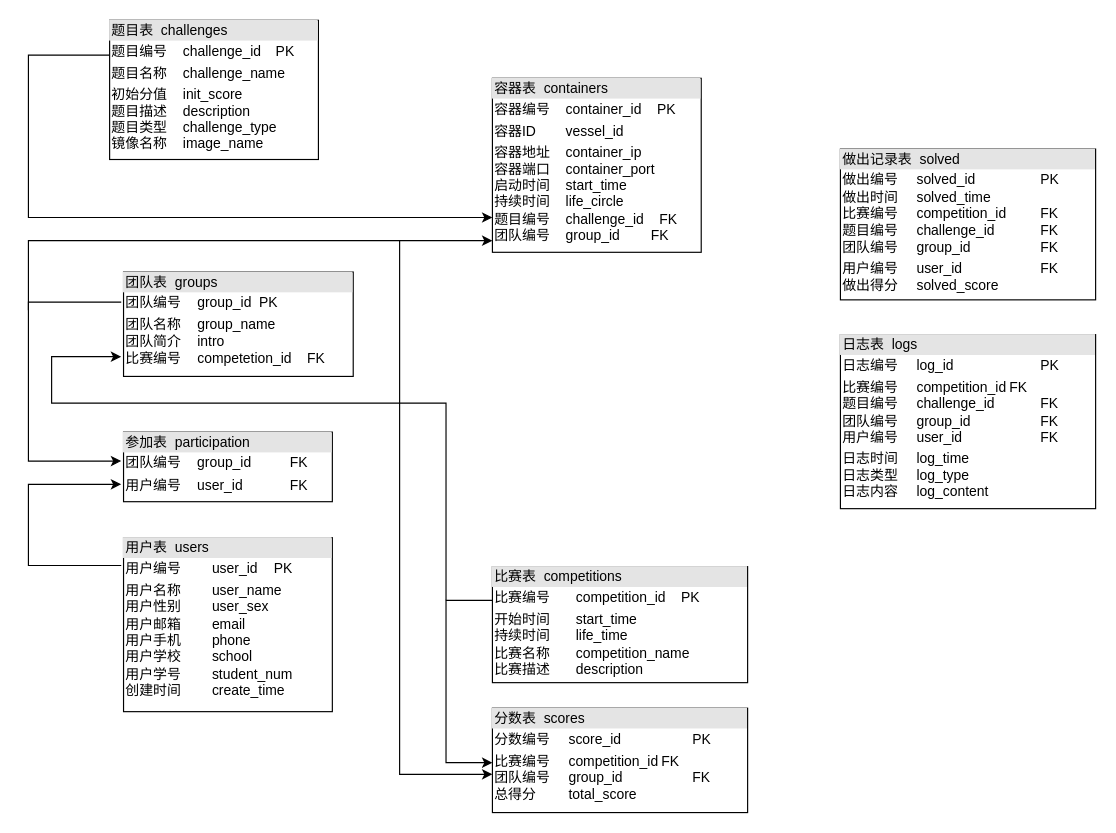
Above: doc/CTFe-DatabaseUML.drawio in Fangnan700/CTFe (draw.io), before the change. Source tidied: cells renumbered, new cells numbered last; positions are measured from the earlier drawing's top-left corner, leaving out a move shared by most shapes. Both pictures are drawn from the tidied source at 116%, with x=0, y=0 at pixel (28, 20).
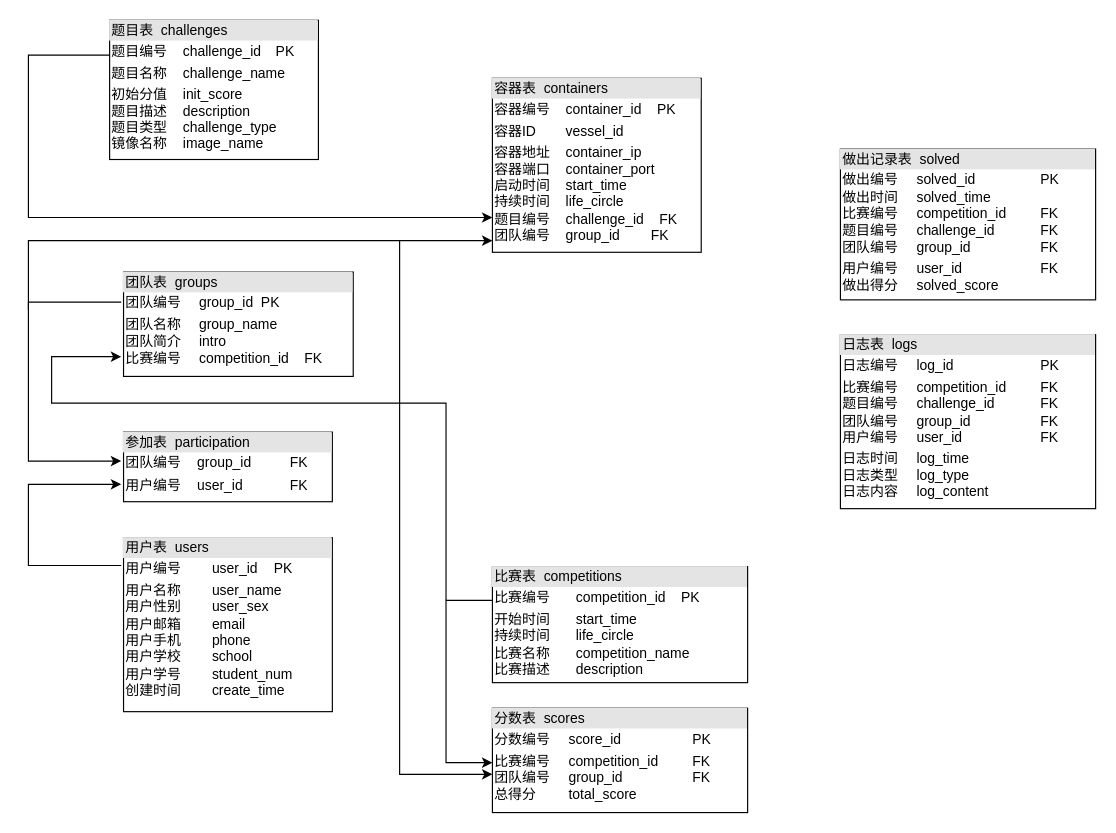
Above is the later version.

Diff of the diagram source:
```diff
@@
-    <mxCell id="4" value="&lt;div style=&quot;box-sizing:border-box;width:100%;background:#e4e4e4;padding:2px;&quot;&gt;比赛表&amp;nbsp; competitions&lt;br&gt;&lt;/div&gt;&lt;table style=&quot;width:100%;font-size:1em;&quot; cellpadding=&quot;2&quot; cellspacing=&quot;0&quot;&gt;&lt;tbody&gt;&lt;tr&gt;&lt;td&gt;比赛编号&lt;/td&gt;&lt;td&gt;competition_id&lt;span style=&quot;&quot;&gt;&lt;span style=&quot;&quot;&gt;&amp;nbsp;&amp;nbsp;&amp;nbsp;&amp;nbsp;&lt;/span&gt;&lt;/span&gt;PK&lt;/td&gt;&lt;/tr&gt;&lt;tr&gt;&lt;td&gt;开始时间&lt;br&gt;持续时间&lt;br&gt;比赛名称&lt;br&gt;比赛描述&lt;/td&gt;&lt;td&gt;start_time&lt;br&gt;life_time&lt;br&gt;competition_name&lt;br&gt;description&lt;br&gt;&lt;/td&gt;&lt;/tr&gt;&lt;tr&gt;&lt;td&gt;&lt;/td&gt;&lt;td&gt;&lt;br&gt;&lt;/td&gt;&lt;/tr&gt;&lt;/tbody&gt;&lt;/table&gt;" style="verticalAlign=top;align=left;overflow=fill;html=1;whiteSpace=wrap;" parent="1" vertex="1">
+    <mxCell id="4" value="&lt;div style=&quot;box-sizing:border-box;width:100%;background:#e4e4e4;padding:2px;&quot;&gt;比赛表&amp;nbsp; competitions&lt;br&gt;&lt;/div&gt;&lt;table style=&quot;width:100%;font-size:1em;&quot; cellpadding=&quot;2&quot; cellspacing=&quot;0&quot;&gt;&lt;tbody&gt;&lt;tr&gt;&lt;td&gt;比赛编号&lt;/td&gt;&lt;td&gt;competition_id&lt;span style=&quot;&quot;&gt;&lt;span style=&quot;&quot;&gt;&amp;nbsp;&amp;nbsp;&amp;nbsp;&amp;nbsp;&lt;/span&gt;&lt;/span&gt;PK&lt;/td&gt;&lt;/tr&gt;&lt;tr&gt;&lt;td&gt;开始时间&lt;br&gt;持续时间&lt;br&gt;比赛名称&lt;br&gt;比赛描述&lt;/td&gt;&lt;td&gt;start_time&lt;br&gt;life_circle&lt;br&gt;competition_name&lt;br&gt;description&lt;br&gt;&lt;/td&gt;&lt;/tr&gt;&lt;tr&gt;&lt;td&gt;&lt;/td&gt;&lt;td&gt;&lt;br&gt;&lt;/td&gt;&lt;/tr&gt;&lt;/tbody&gt;&lt;/table&gt;" style="verticalAlign=top;align=left;overflow=fill;html=1;whiteSpace=wrap;" parent="1" vertex="1">
       <mxGeometry x="400" y="471" width="220" height="100" as="geometry" />
     </mxCell>
@@
-    <mxCell id="6" value="&lt;div style=&quot;box-sizing:border-box;width:100%;background:#e4e4e4;padding:2px;&quot;&gt;团队表&amp;nbsp; groups&lt;/div&gt;&lt;table style=&quot;width:100%;font-size:1em;&quot; cellpadding=&quot;2&quot; cellspacing=&quot;0&quot;&gt;&lt;tbody&gt;&lt;tr&gt;&lt;td&gt;团队编号&lt;/td&gt;&lt;td&gt;group_id&lt;span style=&quot;white-space: pre;&quot;&gt;&#9;&lt;/span&gt;PK&lt;/td&gt;&lt;/tr&gt;&lt;tr&gt;&lt;td&gt;团队名称&lt;br&gt;团队简介&lt;br&gt;比赛编号&lt;/td&gt;&lt;td&gt;group_name&lt;br&gt;intro&lt;br&gt;competetion_id&amp;nbsp; &amp;nbsp; FK&lt;/td&gt;&lt;/tr&gt;&lt;tr&gt;&lt;td&gt;&lt;/td&gt;&lt;td&gt;&lt;br&gt;&lt;/td&gt;&lt;/tr&gt;&lt;/tbody&gt;&lt;/table&gt;" style="verticalAlign=top;align=left;overflow=fill;html=1;whiteSpace=wrap;" parent="1" vertex="1">
+    <mxCell id="6" value="&lt;div style=&quot;box-sizing:border-box;width:100%;background:#e4e4e4;padding:2px;&quot;&gt;团队表&amp;nbsp; groups&lt;/div&gt;&lt;table style=&quot;width:100%;font-size:1em;&quot; cellpadding=&quot;2&quot; cellspacing=&quot;0&quot;&gt;&lt;tbody&gt;&lt;tr&gt;&lt;td&gt;团队编号&lt;/td&gt;&lt;td&gt;group_id&lt;span style=&quot;white-space: pre;&quot;&gt;&#9;&lt;/span&gt;PK&lt;/td&gt;&lt;/tr&gt;&lt;tr&gt;&lt;td&gt;团队名称&lt;br&gt;团队简介&lt;br&gt;比赛编号&lt;/td&gt;&lt;td&gt;group_name&lt;br&gt;intro&lt;br&gt;competition_id&amp;nbsp; &amp;nbsp; FK&lt;/td&gt;&lt;/tr&gt;&lt;tr&gt;&lt;td&gt;&lt;/td&gt;&lt;td&gt;&lt;br&gt;&lt;/td&gt;&lt;/tr&gt;&lt;/tbody&gt;&lt;/table&gt;" style="verticalAlign=top;align=left;overflow=fill;html=1;whiteSpace=wrap;" parent="1" vertex="1">
       <mxGeometry x="82" y="217" width="198" height="90" as="geometry" />
     </mxCell>
@@
-    <mxCell id="8" value="&lt;div style=&quot;box-sizing:border-box;width:100%;background:#e4e4e4;padding:2px;&quot;&gt;日志表&amp;nbsp; logs&lt;/div&gt;&lt;table style=&quot;width:100%;font-size:1em;&quot; cellpadding=&quot;2&quot; cellspacing=&quot;0&quot;&gt;&lt;tbody&gt;&lt;tr&gt;&lt;td&gt;日志编号&lt;/td&gt;&lt;td&gt;log_id&lt;span style=&quot;white-space: pre;&quot;&gt;&#9;&lt;span style=&quot;white-space: pre;&quot;&gt;&#9;&lt;/span&gt;&lt;span style=&quot;white-space: pre;&quot;&gt;&#9;&lt;/span&gt;&lt;/span&gt;PK&lt;/td&gt;&lt;/tr&gt;&lt;tr&gt;&lt;td&gt;比赛编号&lt;br&gt;题目编号&lt;br&gt;团队编号&lt;br&gt;用户编号&lt;/td&gt;&lt;td&gt;competition_id&lt;span style=&quot;white-space: pre;&quot;&gt;&#9;&lt;/span&gt;FK&lt;br&gt;challenge_id&lt;span style=&quot;white-space: pre;&quot;&gt;&#9;&lt;/span&gt;&lt;span style=&quot;white-space: pre;&quot;&gt;&#9;&lt;/span&gt;FK&lt;br&gt;group_id&lt;span style=&quot;white-space: pre;&quot;&gt;&#9;&lt;/span&gt;&lt;span style=&quot;white-space: pre;&quot;&gt;&#9;&lt;/span&gt;&lt;span style=&quot;white-space: pre;&quot;&gt;&#9;&lt;/span&gt;FK&lt;br&gt;user_id&lt;span style=&quot;white-space: pre;&quot;&gt;&#9;&lt;/span&gt;&lt;span style=&quot;white-space: pre;&quot;&gt;&#9;&lt;/span&gt;&lt;span style=&quot;white-space: pre;&quot;&gt;&#9;&lt;/span&gt;FK&lt;/td&gt;&lt;/tr&gt;&lt;tr&gt;&lt;td&gt;日志时间&lt;br&gt;日志类型&lt;br&gt;日志内容&lt;/td&gt;&lt;td&gt;log_time&lt;br&gt;log_type&lt;br&gt;log_content&lt;/td&gt;&lt;/tr&gt;&lt;/tbody&gt;&lt;/table&gt;" style="verticalAlign=top;align=left;overflow=fill;html=1;whiteSpace=wrap;" parent="1" vertex="1">
+    <mxCell id="8" value="&lt;div style=&quot;box-sizing:border-box;width:100%;background:#e4e4e4;padding:2px;&quot;&gt;日志表&amp;nbsp; logs&lt;/div&gt;&lt;table style=&quot;width:100%;font-size:1em;&quot; cellpadding=&quot;2&quot; cellspacing=&quot;0&quot;&gt;&lt;tbody&gt;&lt;tr&gt;&lt;td&gt;日志编号&lt;/td&gt;&lt;td&gt;log_id&lt;span style=&quot;white-space: pre;&quot;&gt;&#9;&lt;span style=&quot;white-space: pre;&quot;&gt;&#9;&lt;/span&gt;&lt;span style=&quot;white-space: pre;&quot;&gt;&#9;&lt;/span&gt;&lt;/span&gt;PK&lt;/td&gt;&lt;/tr&gt;&lt;tr&gt;&lt;td&gt;比赛编号&lt;br&gt;题目编号&lt;br&gt;团队编号&lt;br&gt;用户编号&lt;/td&gt;&lt;td&gt;competition_id&lt;span style=&quot;white-space: pre;&quot;&gt;&#9;&lt;span style=&quot;white-space: pre;&quot;&gt;&#9;&lt;/span&gt;&lt;/span&gt;FK&lt;br&gt;challenge_id&lt;span style=&quot;white-space: pre;&quot;&gt;&#9;&lt;/span&gt;&lt;span style=&quot;white-space: pre;&quot;&gt;&#9;&lt;/span&gt;FK&lt;br&gt;group_id&lt;span style=&quot;white-space: pre;&quot;&gt;&#9;&lt;/span&gt;&lt;span style=&quot;white-space: pre;&quot;&gt;&#9;&lt;/span&gt;&lt;span style=&quot;white-space: pre;&quot;&gt;&#9;&lt;/span&gt;FK&lt;br&gt;user_id&lt;span style=&quot;white-space: pre;&quot;&gt;&#9;&lt;/span&gt;&lt;span style=&quot;white-space: pre;&quot;&gt;&#9;&lt;/span&gt;&lt;span style=&quot;white-space: pre;&quot;&gt;&#9;&lt;/span&gt;FK&lt;/td&gt;&lt;/tr&gt;&lt;tr&gt;&lt;td&gt;日志时间&lt;br&gt;日志类型&lt;br&gt;日志内容&lt;/td&gt;&lt;td&gt;log_time&lt;br&gt;log_type&lt;br&gt;log_content&lt;/td&gt;&lt;/tr&gt;&lt;/tbody&gt;&lt;/table&gt;" style="verticalAlign=top;align=left;overflow=fill;html=1;whiteSpace=wrap;" parent="1" vertex="1">
       <mxGeometry x="700" y="271" width="220" height="150" as="geometry" />
     </mxCell>
-    <mxCell id="9" value="&lt;div style=&quot;box-sizing:border-box;width:100%;background:#e4e4e4;padding:2px;&quot;&gt;分数表&amp;nbsp; scores&lt;/div&gt;&lt;table style=&quot;width:100%;font-size:1em;&quot; cellpadding=&quot;2&quot; cellspacing=&quot;0&quot;&gt;&lt;tbody&gt;&lt;tr&gt;&lt;td&gt;分数编号&lt;/td&gt;&lt;td&gt;score_id&lt;span style=&quot;white-space: pre;&quot;&gt;&#9;&lt;/span&gt;&lt;span style=&quot;white-space: pre;&quot;&gt;&#9;&lt;/span&gt;&lt;span style=&quot;white-space: pre;&quot;&gt;&#9;&lt;/span&gt;PK&lt;/td&gt;&lt;/tr&gt;&lt;tr&gt;&lt;td&gt;比赛编号&lt;br&gt;团队编号&lt;br&gt;总得分&lt;/td&gt;&lt;td&gt;competition_id&lt;span style=&quot;white-space: pre;&quot;&gt;&#9;&lt;/span&gt;FK&lt;br&gt;group_id&lt;span style=&quot;white-space: pre;&quot;&gt;&#9;&lt;/span&gt;&lt;span style=&quot;white-space: pre;&quot;&gt;&#9;&lt;/span&gt;&lt;span style=&quot;white-space: pre;&quot;&gt;&#9;&lt;/span&gt;FK&lt;br&gt;total_score&lt;/td&gt;&lt;/tr&gt;&lt;tr&gt;&lt;td&gt;&lt;/td&gt;&lt;td&gt;&lt;br&gt;&lt;/td&gt;&lt;/tr&gt;&lt;/tbody&gt;&lt;/table&gt;" style="verticalAlign=top;align=left;overflow=fill;html=1;whiteSpace=wrap;" parent="1" vertex="1">
+    <mxCell id="9" value="&lt;div style=&quot;box-sizing:border-box;width:100%;background:#e4e4e4;padding:2px;&quot;&gt;分数表&amp;nbsp; scores&lt;/div&gt;&lt;table style=&quot;width:100%;font-size:1em;&quot; cellpadding=&quot;2&quot; cellspacing=&quot;0&quot;&gt;&lt;tbody&gt;&lt;tr&gt;&lt;td&gt;分数编号&lt;/td&gt;&lt;td&gt;score_id&lt;span style=&quot;white-space: pre;&quot;&gt;&#9;&lt;/span&gt;&lt;span style=&quot;white-space: pre;&quot;&gt;&#9;&lt;/span&gt;&lt;span style=&quot;white-space: pre;&quot;&gt;&#9;&lt;/span&gt;PK&lt;/td&gt;&lt;/tr&gt;&lt;tr&gt;&lt;td&gt;比赛编号&lt;br&gt;团队编号&lt;br&gt;总得分&lt;/td&gt;&lt;td&gt;competition_id&lt;span style=&quot;white-space: pre;&quot;&gt;&#9;&lt;span style=&quot;white-space: pre;&quot;&gt;&#9;&lt;/span&gt;&lt;/span&gt;FK&lt;br&gt;group_id&lt;span style=&quot;white-space: pre;&quot;&gt;&#9;&lt;/span&gt;&lt;span style=&quot;white-space: pre;&quot;&gt;&#9;&lt;/span&gt;&lt;span style=&quot;white-space: pre;&quot;&gt;&#9;&lt;/span&gt;FK&lt;br&gt;total_score&lt;/td&gt;&lt;/tr&gt;&lt;tr&gt;&lt;td&gt;&lt;/td&gt;&lt;td&gt;&lt;br&gt;&lt;/td&gt;&lt;/tr&gt;&lt;/tbody&gt;&lt;/table&gt;" style="verticalAlign=top;align=left;overflow=fill;html=1;whiteSpace=wrap;" parent="1" vertex="1">
       <mxGeometry x="400" y="593" width="220" height="90" as="geometry" />
     </mxCell>
```
